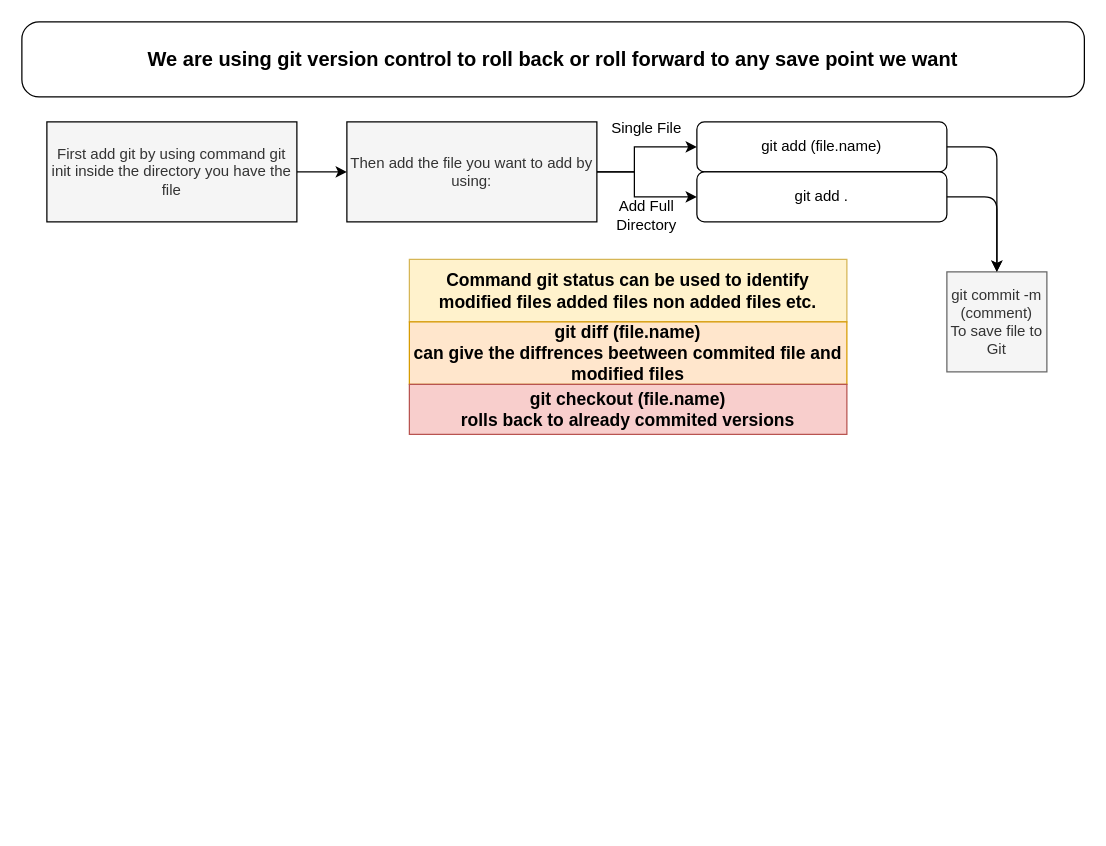
Before: git_version_control.drawio in AVJ125/cv, a draw.io diagram. Source tidied: cells renumbered, new cells numbered last; positions are measured from the earlier drawing's top-left corner, leaving out a move shared by most shapes. Both pictures are drawn from the tidied source at 125%, with x=0, y=0 at pixel (21, 21).
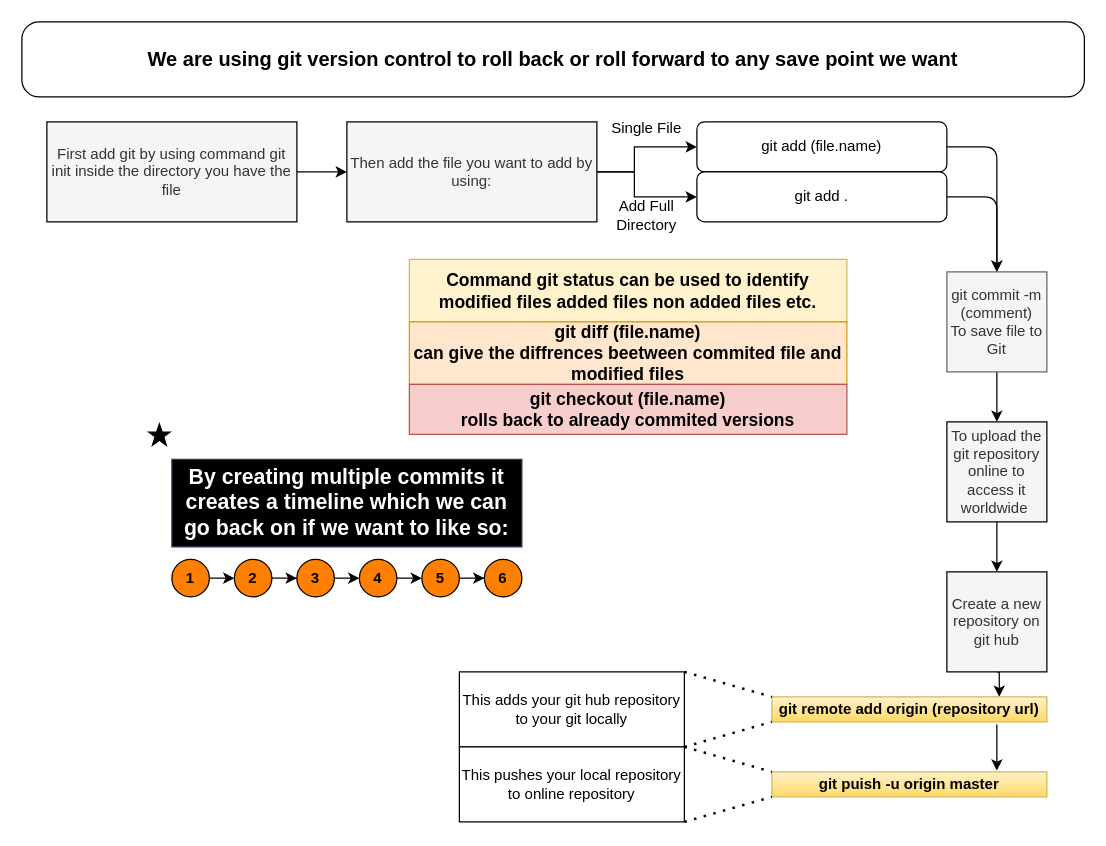
The same diagram, later.

The change refers to these unchanged cells:
```xml
<mxCell id="12" value="git commit -m (comment)&lt;br&gt;To save file to Git" style="text;html=1;fillColor=#f5f5f5;align=center;verticalAlign=middle;whiteSpace=wrap;rounded=0;fontColor=#333333;strokeColor=#666666;" parent="1" vertex="1">
  <mxGeometry x="740" y="200" width="80" height="80" as="geometry" />
</mxCell>
```

The edit, as a diff of the source:
```diff
@@
+    <mxCell id="18" style="edgeStyle=orthogonalEdgeStyle;rounded=0;jettySize=auto;html=1;entryX=0.5;entryY=0;entryDx=0;entryDy=0;" parent="1" edge="1" source="12" target="20">
+      <mxGeometry relative="1" as="geometry" />
+    </mxCell>
@@
+    <mxCell id="19" style="edgeStyle=orthogonalEdgeStyle;rounded=0;jettySize=auto;html=1;exitX=0.5;exitY=1;exitDx=0;exitDy=0;entryX=0.5;entryY=0;entryDx=0;entryDy=0;" parent="1" edge="1" source="20" target="22">
+      <mxGeometry relative="1" as="geometry" />
+    </mxCell>
+    <mxCell id="20" value="To upload the git repository online to access it worldwide&amp;nbsp;" style="text;html=1;fillColor=#f5f5f5;align=center;verticalAlign=middle;whiteSpace=wrap;rounded=0;fontColor=#333333;strokeColor=#000000;" parent="1" vertex="1">
+      <mxGeometry x="740" y="320" width="80" height="80" as="geometry" />
+    </mxCell>
+    <mxCell id="21" style="edgeStyle=orthogonalEdgeStyle;rounded=0;jettySize=auto;html=1;exitX=0.5;exitY=1;exitDx=0;exitDy=0;entryX=0.827;entryY=0;entryDx=0;entryDy=0;entryPerimeter=0;" parent="1" edge="1" source="22" target="24">
+      <mxGeometry relative="1" as="geometry" />
+    </mxCell>
+    <mxCell id="22" value="Create a new repository on git hub&lt;br&gt;" style="text;html=1;fillColor=#f5f5f5;align=center;verticalAlign=middle;whiteSpace=wrap;rounded=0;fontColor=#333333;strokeColor=#000000;" parent="1" vertex="1">
+      <mxGeometry x="740" y="440" width="80" height="80" as="geometry" />
+    </mxCell>
+    <mxCell id="23" style="edgeStyle=orthogonalEdgeStyle;rounded=0;orthogonalLoop=1;jettySize=auto;html=1;" parent="1" edge="1">
+      <mxGeometry relative="1" as="geometry">
+        <mxPoint x="780" y="562" as="sourcePoint" />
+        <mxPoint x="780" y="599" as="targetPoint" />
+      </mxGeometry>
+    </mxCell>
+    <mxCell id="24" value="&lt;b&gt;git remote add origin (repository url)&lt;/b&gt;" style="text;html=1;strokeColor=#d6b656;fillColor=#fff2cc;align=center;verticalAlign=middle;whiteSpace=wrap;rounded=0;gradientColor=#ffd966;" parent="1" vertex="1">
+      <mxGeometry x="600" y="540" width="220" height="20" as="geometry" />
+    </mxCell>
+    <mxCell id="25" value="This adds your git hub repository to your git locally" style="rounded=1;whiteSpace=wrap;html=1;strokeColor=#000000;arcSize=0;" parent="1" vertex="1">
+      <mxGeometry x="350" y="520" width="180" height="60" as="geometry" />
+    </mxCell>
+    <mxCell id="26" style="endArrow=none;dashed=1;html=1;dashPattern=1 3;strokeWidth=2;entryX=0;entryY=0;entryDx=0;entryDy=0;exitX=1;exitY=0;exitDx=0;exitDy=0;" parent="1" edge="1" source="25" target="24">
+      <mxGeometry relative="1" as="geometry" />
+    </mxCell>
+    <mxCell id="27" style="endArrow=none;dashed=1;html=1;dashPattern=1 3;strokeWidth=2;entryX=0;entryY=1;entryDx=0;entryDy=0;exitX=1;exitY=1;exitDx=0;exitDy=0;" parent="1" edge="1" source="25" target="24">
+      <mxGeometry relative="1" as="geometry" />
+    </mxCell>
+    <mxCell id="28" value="&lt;b&gt;git puish -u origin master&lt;/b&gt;" style="text;html=1;strokeColor=#d6b656;fillColor=#fff2cc;align=center;verticalAlign=middle;whiteSpace=wrap;rounded=0;gradientColor=#ffd966;" parent="1" vertex="1">
+      <mxGeometry x="600" y="600" width="220" height="20" as="geometry" />
+    </mxCell>
+    <mxCell id="29" value="This pushes your local repository to online repository" style="rounded=1;whiteSpace=wrap;html=1;strokeColor=#000000;arcSize=0;" parent="1" vertex="1">
+      <mxGeometry x="350" y="580" width="180" height="60" as="geometry" />
+    </mxCell>
+    <mxCell id="30" style="endArrow=none;dashed=1;html=1;dashPattern=1 3;strokeWidth=2;entryX=0;entryY=0;entryDx=0;entryDy=0;exitX=1;exitY=0;exitDx=0;exitDy=0;" parent="1" edge="1" source="29" target="28">
+      <mxGeometry relative="1" as="geometry" />
+    </mxCell>
+    <mxCell id="31" style="endArrow=none;dashed=1;html=1;dashPattern=1 3;strokeWidth=2;entryX=0;entryY=1;entryDx=0;entryDy=0;exitX=1;exitY=1;exitDx=0;exitDy=0;" parent="1" edge="1" source="29" target="28">
+      <mxGeometry relative="1" as="geometry" />
+    </mxCell>
+    <mxCell id="32" value="&lt;b&gt;&lt;font style=&quot;font-size: 17px&quot;&gt;By creating multiple commits it creates a timeline which we can go back on if we want to like so:&lt;/font&gt;&lt;/b&gt;" style="text;html=1;strokeColor=#432D57;align=center;verticalAlign=middle;whiteSpace=wrap;rounded=0;fontColor=#ffffff;fillColor=#000000;" parent="1" vertex="1">
+      <mxGeometry x="120" y="350" width="280" height="70" as="geometry" />
+    </mxCell>
+    <mxCell id="33" style="dashed=0;verticalLabelPosition=bottom;verticalAlign=top;align=center;shape=mxgraph.gmdl.star;strokeColor=none;shadow=0;fillColor=#000000;" parent="1" vertex="1">
+      <mxGeometry x="100" y="320" width="20" height="20" as="geometry" />
+    </mxCell>
+    <mxCell id="34" style="edgeStyle=orthogonalEdgeStyle;rounded=0;jettySize=auto;html=1;exitX=1;exitY=0.5;exitDx=0;exitDy=0;entryX=0;entryY=0.5;entryDx=0;entryDy=0;" parent="1" edge="1" source="35" target="37">
+      <mxGeometry relative="1" as="geometry" />
+    </mxCell>
+    <mxCell id="35" value="&lt;b&gt;1&lt;/b&gt;" style="ellipse;whiteSpace=wrap;html=1;fillColor=#FF8000;" parent="1" vertex="1">
+      <mxGeometry x="120" y="430" width="30" height="30" as="geometry" />
+    </mxCell>
+    <mxCell id="36" style="edgeStyle=orthogonalEdgeStyle;rounded=0;jettySize=auto;html=1;exitX=1;exitY=0.5;exitDx=0;exitDy=0;" parent="1" edge="1" source="37" target="39">
+      <mxGeometry relative="1" as="geometry" />
+    </mxCell>
+    <mxCell id="37" value="2" style="ellipse;whiteSpace=wrap;html=1;fillColor=#FF8000;fontStyle=1;" parent="1" vertex="1">
+      <mxGeometry x="170" y="430" width="30" height="30" as="geometry" />
+    </mxCell>
+    <mxCell id="38" style="edgeStyle=orthogonalEdgeStyle;rounded=0;jettySize=auto;html=1;exitX=1;exitY=0.5;exitDx=0;exitDy=0;entryX=0;entryY=0.5;entryDx=0;entryDy=0;" parent="1" edge="1" source="39" target="41">
+      <mxGeometry relative="1" as="geometry" />
+    </mxCell>
+    <mxCell id="39" value="&lt;b&gt;3&lt;/b&gt;" style="ellipse;whiteSpace=wrap;html=1;fillColor=#FF8000;" parent="1" vertex="1">
+      <mxGeometry x="220" y="430" width="30" height="30" as="geometry" />
+    </mxCell>
+    <mxCell id="40" style="edgeStyle=orthogonalEdgeStyle;rounded=0;jettySize=auto;html=1;exitX=1;exitY=0.5;exitDx=0;exitDy=0;entryX=0;entryY=0.5;entryDx=0;entryDy=0;" parent="1" edge="1" source="41" target="43">
+      <mxGeometry relative="1" as="geometry" />
+    </mxCell>
+    <mxCell id="41" value="&lt;b&gt;4&lt;/b&gt;" style="ellipse;whiteSpace=wrap;html=1;fillColor=#FF8000;" parent="1" vertex="1">
+      <mxGeometry x="270" y="430" width="30" height="30" as="geometry" />
+    </mxCell>
+    <mxCell id="42" style="edgeStyle=orthogonalEdgeStyle;rounded=0;jettySize=auto;html=1;exitX=1;exitY=0.5;exitDx=0;exitDy=0;" parent="1" edge="1" source="43" target="44">
+      <mxGeometry relative="1" as="geometry" />
+    </mxCell>
+    <mxCell id="43" value="&lt;b&gt;5&lt;/b&gt;" style="ellipse;whiteSpace=wrap;html=1;fillColor=#FF8000;" parent="1" vertex="1">
+      <mxGeometry x="320" y="430" width="30" height="30" as="geometry" />
+    </mxCell>
+    <mxCell id="44" value="&lt;b&gt;6&lt;/b&gt;" style="ellipse;whiteSpace=wrap;html=1;fillColor=#FF8000;" parent="1" vertex="1">
+      <mxGeometry x="370" y="430" width="30" height="30" as="geometry" />
+    </mxCell>
```
